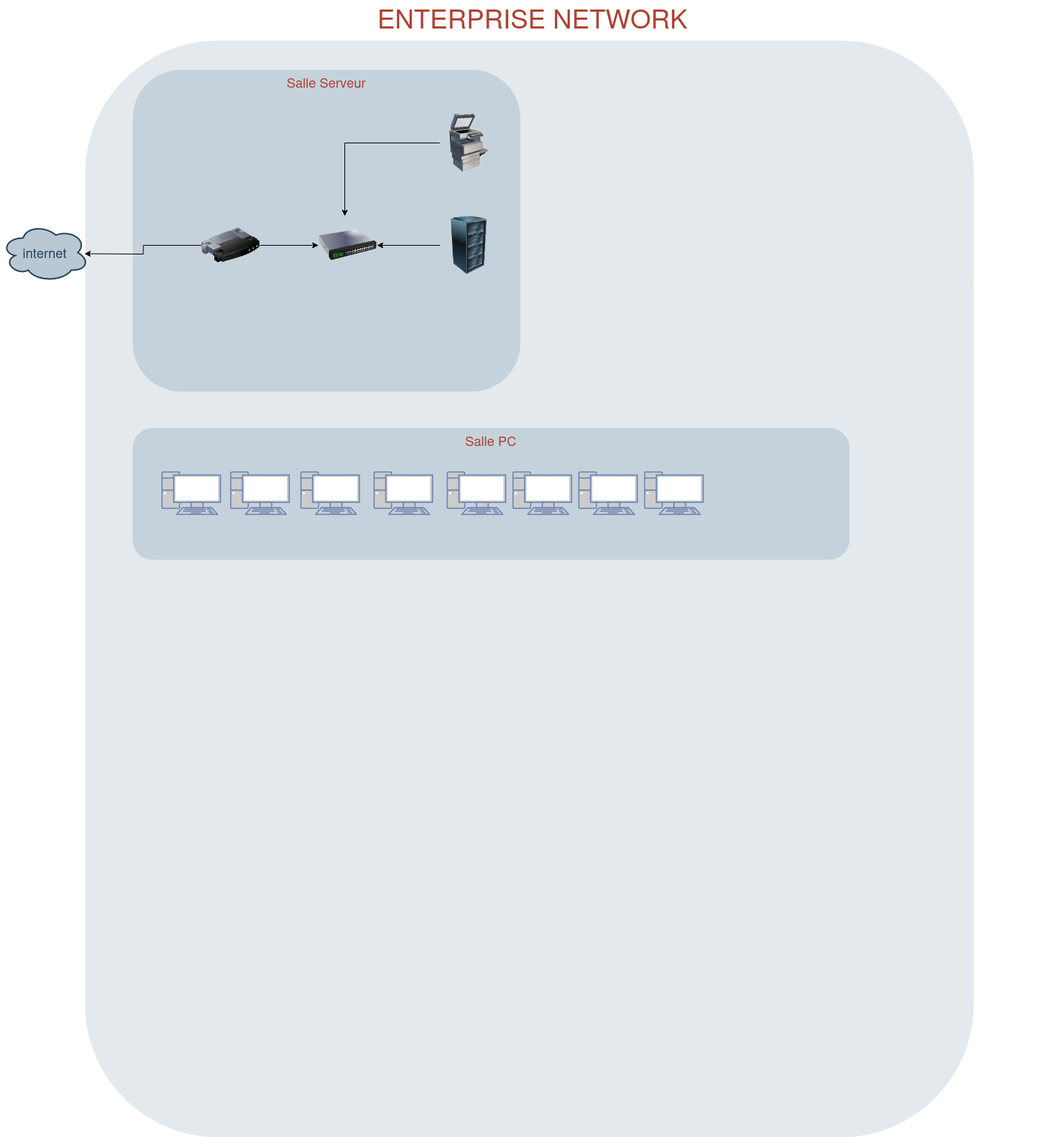
This is avocatsdunum.drawio.png from OCR-GRLD/OCR-GRLD, a draw.io export, as it was before one commit. Source tidied: cells renumbered, new cells last; positions are measured from the earlier drawing's top-left corner, leaving out a move shared by most shapes.
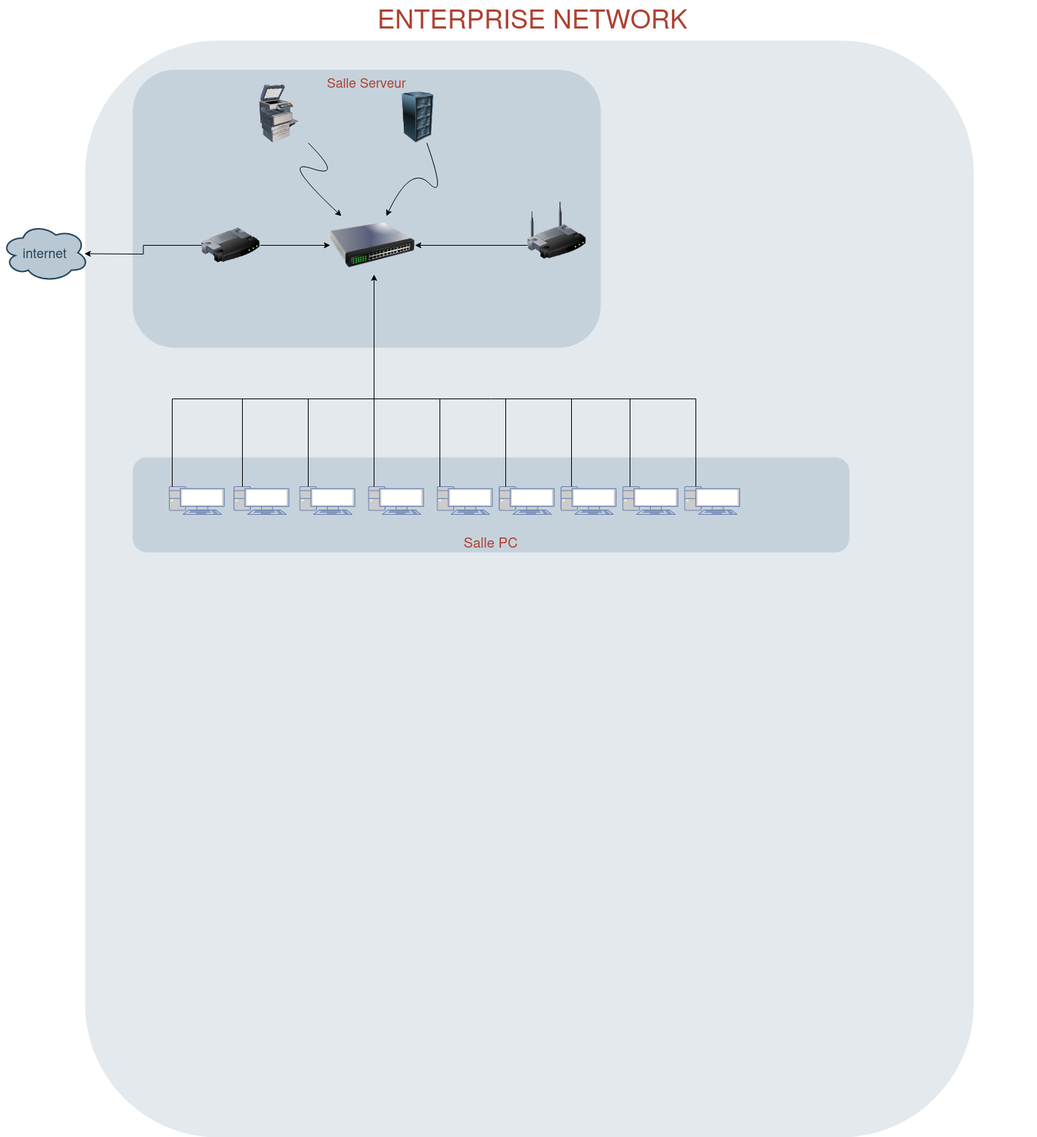
Later version of the same file.

Commit message:
Mettre à jour avocatsdunum.drawio.png

What changed in the source:
```diff
@@ -6,18 +6,10 @@
       <mxGeometry x="115" y="55" width="1215" height="1500" as="geometry" />
     </mxCell>
     <mxCell id="3" value="Salle Serveur" style="rounded=1;whiteSpace=wrap;html=1;shadow=0;strokeColor=none;fillColor=#BAC8D3;gradientColor=none;fontSize=18;fontColor=#AE4132;verticalAlign=top;opacity=70;fontStyle=0;strokeWidth=3;" parent="1" vertex="1">
-      <mxGeometry x="180" y="95" width="530" height="440" as="geometry" />
+      <mxGeometry x="180" y="95" width="640" height="380" as="geometry" />
     </mxCell>
-    <mxCell id="4" style="edgeStyle=orthogonalEdgeStyle;rounded=0;jettySize=auto;html=1;" parent="1" edge="1" source="5" target="13">
-      <mxGeometry relative="1" as="geometry">
-        <Array as="points">
-          <mxPoint x="600" y="335" />
-          <mxPoint x="600" y="335" />
-        </Array>
-      </mxGeometry>
-    </mxCell>
     <mxCell id="5" style="image;html=1;image=img/lib/clip_art/computers/Server_Rack_128x128.png;shadow=0;strokeColor=#000000;fillColor=#FFFFFF;gradientColor=none;fontSize=18;fontColor=#F08705;fontStyle=0;" parent="1" vertex="1">
-      <mxGeometry x="600" y="295" width="80" height="80" as="geometry" />
+      <mxGeometry x="540" y="125" width="60" height="70" as="geometry" />
     </mxCell>
     <mxCell id="6" value="internet" style="ellipse;shape=cloud;whiteSpace=wrap;html=1;shadow=0;strokeColor=#23445D;fillColor=#BAC8D3;gradientColor=none;fontSize=18;fontColor=#23445D;fontStyle=0;gradientDirection=north;strokeWidth=2;" parent="1" vertex="1">
       <mxGeometry y="305" width="120" height="80" as="geometry" />
@@ -46,47 +38,129 @@
       <mxGeometry x="274" y="295" width="80" height="80" as="geometry" />
     </mxCell>
     <mxCell id="13" style="image;html=1;image=img/lib/clip_art/networking/Switch_128x128.png;" parent="1" vertex="1">
-      <mxGeometry x="434" y="295" width="80" height="80" as="geometry" />
+      <mxGeometry x="450" y="295" width="116" height="80" as="geometry" />
     </mxCell>
-    <mxCell id="14" value="Salle PC" style="rounded=1;whiteSpace=wrap;html=1;shadow=0;strokeColor=none;fillColor=#BAC8D3;gradientColor=none;fontSize=18;fontColor=#AE4132;verticalAlign=top;fontStyle=0;opacity=70;strokeWidth=3;" parent="1" vertex="1">
-      <mxGeometry x="180" y="585" width="980" height="180" as="geometry" />
+    <mxCell id="14" value="Salle PC" style="rounded=1;whiteSpace=wrap;html=1;shadow=0;strokeColor=none;fillColor=#BAC8D3;gradientColor=none;fontSize=19;fontColor=#AE4132;verticalAlign=bottom;fontStyle=0;opacity=70;strokeWidth=3;align=center;" parent="1" vertex="1">
+      <mxGeometry x="180" y="625" width="980" height="130" as="geometry" />
     </mxCell>
-    <mxCell id="15" style="edgeStyle=orthogonalEdgeStyle;rounded=0;jettySize=auto;html=1;" parent="1" edge="1" source="16" target="13">
-      <mxGeometry relative="1" as="geometry">
-        <Array as="points">
-          <mxPoint x="470" y="195" />
-        </Array>
-      </mxGeometry>
-    </mxCell>
     <mxCell id="16" style="image;html=1;image=img/lib/clip_art/computers/Printer_Commercial_128x128.png;" parent="1" vertex="1">
-      <mxGeometry x="600" y="155" width="80" height="80" as="geometry" />
+      <mxGeometry x="340" y="115" width="80" height="80" as="geometry" />
     </mxCell>
+    <mxCell id="26" style="group;" parent="1" vertex="1">
+      <mxGeometry x="230" y="665" width="780" height="38" as="geometry" />
+    </mxCell>
-    <mxCell id="17" style="group;" parent="1" vertex="1">
-      <mxGeometry x="220" y="645" width="740" height="58" as="geometry" />
+    <mxCell id="17" style="group;" parent="26" vertex="1">
+      <mxGeometry width="695.4" height="38" as="geometry" />
     </mxCell>
     <mxCell id="18" style="fontColor=#0066CC;verticalAlign=top;verticalLabelPosition=bottom;labelPosition=center;align=center;html=1;fillColor=#CCCCCC;strokeColor=#6881B3;gradientColor=none;gradientDirection=north;strokeWidth=2;shape=mxgraph.networks.pc;" parent="17" vertex="1">
-      <mxGeometry width="80" height="58" as="geometry" />
+      <mxGeometry width="75.2" height="38" as="geometry" />
     </mxCell>
     <mxCell id="19" style="fontColor=#0066CC;verticalAlign=top;verticalLabelPosition=bottom;labelPosition=center;align=center;html=1;fillColor=#CCCCCC;strokeColor=#6881B3;gradientColor=none;gradientDirection=north;strokeWidth=2;shape=mxgraph.networks.pc;" parent="17" vertex="1">
-      <mxGeometry x="94" width="80" height="58" as="geometry" />
+      <mxGeometry x="88.3" width="75.2" height="38" as="geometry" />
     </mxCell>
     <mxCell id="20" style="fontColor=#0066CC;verticalAlign=top;verticalLabelPosition=bottom;labelPosition=center;align=center;html=1;fillColor=#CCCCCC;strokeColor=#6881B3;gradientColor=none;gradientDirection=north;strokeWidth=2;shape=mxgraph.networks.pc;" parent="17" vertex="1">
-      <mxGeometry x="190" width="80" height="58" as="geometry" />
+      <mxGeometry x="178.6" width="75.2" height="38" as="geometry" />
     </mxCell>
     <mxCell id="21" style="fontColor=#0066CC;verticalAlign=top;verticalLabelPosition=bottom;labelPosition=center;align=center;html=1;fillColor=#CCCCCC;strokeColor=#6881B3;gradientColor=none;gradientDirection=north;strokeWidth=2;shape=mxgraph.networks.pc;" parent="17" vertex="1">
-      <mxGeometry x="290" width="80" height="58" as="geometry" />
+      <mxGeometry x="272.5" width="75.2" height="38" as="geometry" />
     </mxCell>
     <mxCell id="22" style="fontColor=#0066CC;verticalAlign=top;verticalLabelPosition=bottom;labelPosition=center;align=center;html=1;fillColor=#CCCCCC;strokeColor=#6881B3;gradientColor=none;gradientDirection=north;strokeWidth=2;shape=mxgraph.networks.pc;" parent="17" vertex="1">
-      <mxGeometry x="390" width="80" height="58" as="geometry" />
+      <mxGeometry x="366.5" width="75.2" height="38" as="geometry" />
     </mxCell>
     <mxCell id="23" style="fontColor=#0066CC;verticalAlign=top;verticalLabelPosition=bottom;labelPosition=center;align=center;html=1;fillColor=#CCCCCC;strokeColor=#6881B3;gradientColor=none;gradientDirection=north;strokeWidth=2;shape=mxgraph.networks.pc;" parent="17" vertex="1">
-      <mxGeometry x="480" width="80" height="58" as="geometry" />
+      <mxGeometry x="451.1" width="75.2" height="38" as="geometry" />
     </mxCell>
     <mxCell id="24" style="fontColor=#0066CC;verticalAlign=top;verticalLabelPosition=bottom;labelPosition=center;align=center;html=1;fillColor=#CCCCCC;strokeColor=#6881B3;gradientColor=none;gradientDirection=north;strokeWidth=2;shape=mxgraph.networks.pc;" parent="17" vertex="1">
-      <mxGeometry x="570" width="80" height="58" as="geometry" />
+      <mxGeometry x="535.7" width="75.2" height="38" as="geometry" />
     </mxCell>
     <mxCell id="25" style="fontColor=#0066CC;verticalAlign=top;verticalLabelPosition=bottom;labelPosition=center;align=center;html=1;fillColor=#CCCCCC;strokeColor=#6881B3;gradientColor=none;gradientDirection=north;strokeWidth=2;shape=mxgraph.networks.pc;" parent="17" vertex="1">
-      <mxGeometry x="660" width="80" height="58" as="geometry" />
+      <mxGeometry x="620.2" width="75.2" height="38" as="geometry" />
     </mxCell>
+    <mxCell id="27" style="fontColor=#0066CC;verticalAlign=top;verticalLabelPosition=bottom;labelPosition=center;align=center;html=1;fillColor=#CCCCCC;strokeColor=#6881B3;gradientColor=none;gradientDirection=north;strokeWidth=2;shape=mxgraph.networks.pc;" parent="26" vertex="1">
+      <mxGeometry x="704.8" width="75.2" height="38" as="geometry" />
+    </mxCell>
+    <mxCell id="28" style="edgeStyle=orthogonalEdgeStyle;rounded=0;jettySize=auto;html=1;" parent="1" edge="1" target="13">
+      <mxGeometry relative="1" as="geometry">
+        <mxPoint x="234" y="665" as="sourcePoint" />
+        <Array as="points">
+          <mxPoint x="234" y="545" />
+          <mxPoint x="510" y="545" />
+        </Array>
+      </mxGeometry>
+    </mxCell>
+    <mxCell id="29" style="endArrow=none;html=1;rounded=0;" parent="1" edge="1">
+      <mxGeometry relative="1" as="geometry">
+        <mxPoint x="330" y="665" as="sourcePoint" />
+        <mxPoint x="330" y="545" as="targetPoint" />
+      </mxGeometry>
+    </mxCell>
+    <mxCell id="30" style="endArrow=none;html=1;rounded=0;" parent="1" edge="1">
+      <mxGeometry relative="1" as="geometry">
+        <mxPoint x="420" y="665" as="sourcePoint" />
+        <mxPoint x="420" y="545" as="targetPoint" />
+      </mxGeometry>
+    </mxCell>
+    <mxCell id="31" style="endArrow=none;html=1;rounded=0;exitX=0.5;exitY=0.07;exitDx=0;exitDy=0;exitPerimeter=0;" parent="1" edge="1">
+      <mxGeometry relative="1" as="geometry">
+        <mxPoint x="510" y="665" as="sourcePoint" />
+        <mxPoint x="510" y="545" as="targetPoint" />
+      </mxGeometry>
+    </mxCell>
+    <mxCell id="32" style="endArrow=none;html=1;rounded=0;exitX=0.5;exitY=0.07;exitDx=0;exitDy=0;exitPerimeter=0;" parent="1" edge="1">
+      <mxGeometry relative="1" as="geometry">
+        <mxPoint x="690" y="665" as="sourcePoint" />
+        <mxPoint x="690" y="545" as="targetPoint" />
+      </mxGeometry>
+    </mxCell>
+    <mxCell id="33" style="endArrow=none;html=1;rounded=0;" parent="1" edge="1">
+      <mxGeometry relative="1" as="geometry">
+        <mxPoint x="600" y="665" as="sourcePoint" />
+        <mxPoint x="600" y="545" as="targetPoint" />
+      </mxGeometry>
+    </mxCell>
+    <mxCell id="34" style="endArrow=none;html=1;rounded=0;" parent="1" edge="1">
+      <mxGeometry relative="1" as="geometry">
+        <mxPoint x="950" y="665" as="sourcePoint" />
+        <mxPoint x="410" y="545" as="targetPoint" />
+        <Array as="points">
+          <mxPoint x="950" y="545" />
+          <mxPoint x="670" y="545" />
+        </Array>
+      </mxGeometry>
+    </mxCell>
+    <mxCell id="35" style="endArrow=none;html=1;rounded=0;" parent="1" edge="1">
+      <mxGeometry relative="1" as="geometry">
+        <mxPoint x="780" y="665" as="sourcePoint" />
+        <mxPoint x="780" y="545" as="targetPoint" />
+      </mxGeometry>
+    </mxCell>
+    <mxCell id="36" style="endArrow=none;html=1;rounded=0;" parent="1" edge="1">
+      <mxGeometry relative="1" as="geometry">
+        <mxPoint x="860" y="665" as="sourcePoint" />
+        <mxPoint x="860" y="545" as="targetPoint" />
+      </mxGeometry>
+    </mxCell>
+    <mxCell id="37" style="image;html=1;image=img/lib/clip_art/networking/Wireless_Router_128x128.png;" parent="1" vertex="1">
+      <mxGeometry x="720" y="275" width="80" height="80" as="geometry" />
+    </mxCell>
+    <mxCell id="4" style="curved=1;endArrow=classic;html=1;rounded=0;" parent="1" edge="1" source="5" target="13">
+      <mxGeometry relative="1" as="geometry">
+        <Array as="points">
+          <mxPoint x="610" y="275" />
+          <mxPoint x="560" y="225" />
+        </Array>
+      </mxGeometry>
+    </mxCell>
+    <mxCell id="15" style="curved=1;endArrow=classic;html=1;rounded=0;" parent="1" edge="1" source="16" target="13">
+      <mxGeometry relative="1" as="geometry">
+        <Array as="points">
+          <mxPoint x="470" y="245" />
+          <mxPoint x="380" y="215" />
+        </Array>
+      </mxGeometry>
+    </mxCell>
+    <mxCell id="38" style="endArrow=classic;html=1;rounded=0;exitX=0;exitY=0.75;exitDx=0;exitDy=0;" parent="1" edge="1" source="37" target="13">
+      <mxGeometry relative="1" as="geometry" />
+    </mxCell>
   </root>
 </mxGraphModel>
```
